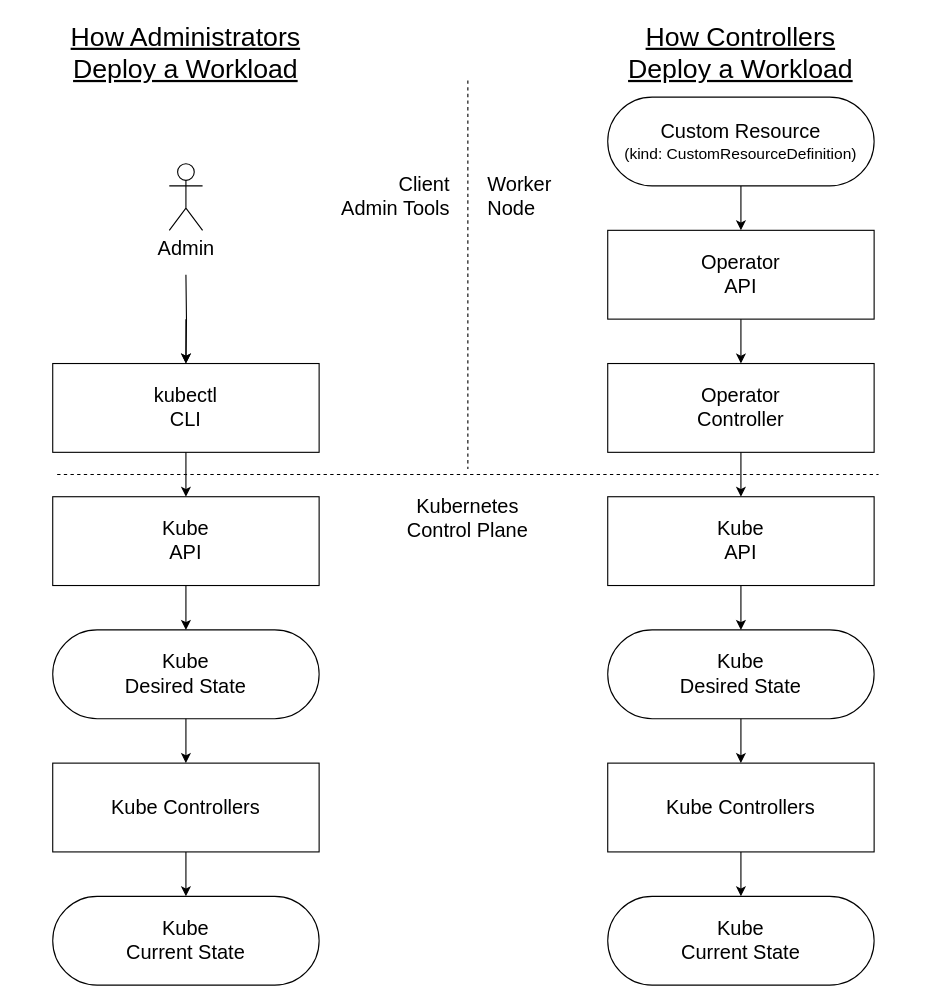
Before: images/operator-interactions.drawio in IBM/create-and-deploy-memcached-operator-using-go, a draw.io diagram. Source tidied: cells renumbered, new cells numbered last; positions are measured from the earlier drawing's top-left corner, leaving out a move shared by most shapes. Both pictures are drawn from the tidied source at 111%, with x=0, y=0 at pixel (19, 41).
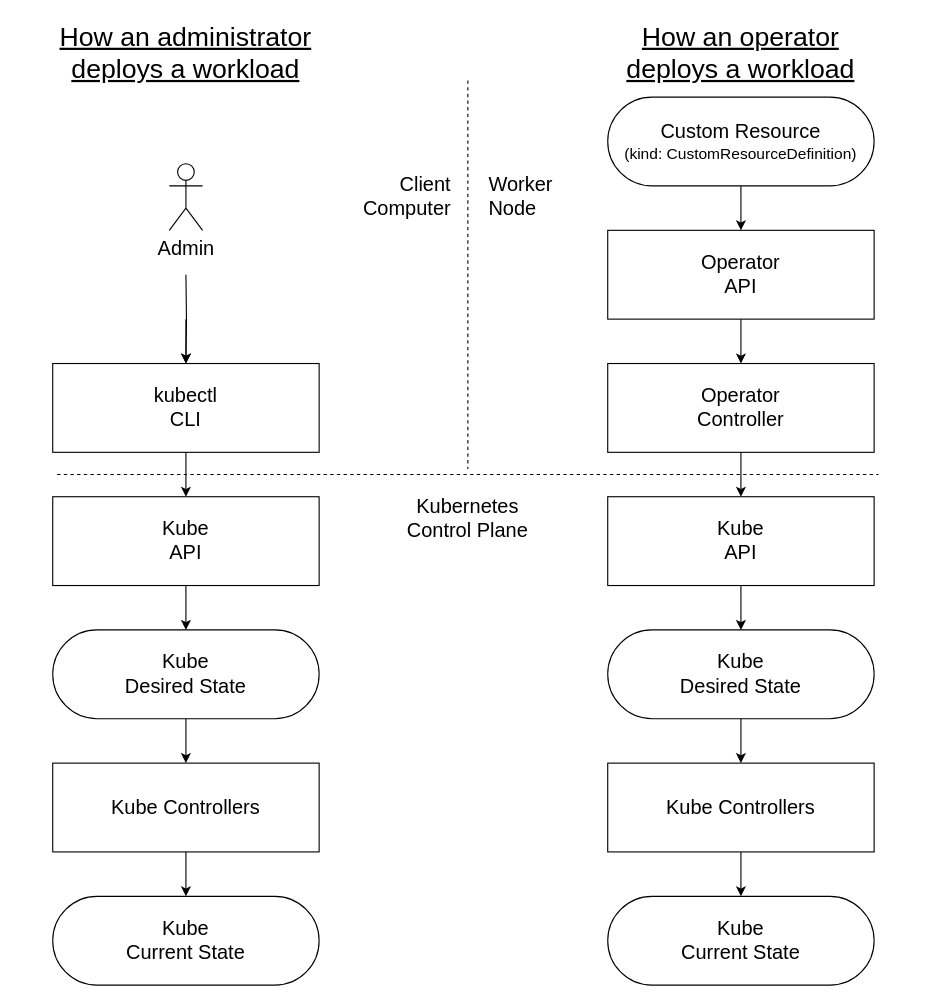
The same page after the edit.

Commit message (it also covers changes not shown here):
TT-ISV-org/planning#226: Improve diagrams

What changed in the source:
```diff
@@
-    <mxCell id="25" value="&lt;font style=&quot;font-size: 24px&quot;&gt;&lt;u&gt;How Administrators&lt;br&gt;Deploy a Workload&lt;/u&gt;&lt;/font&gt;" style="text;html=1;strokeColor=none;fillColor=none;align=center;verticalAlign=middle;whiteSpace=wrap;rounded=0;" parent="1" vertex="1">
-      <mxGeometry width="300" height="20" as="geometry" />
+    <mxCell id="25" value="&lt;font style=&quot;font-size: 24px&quot;&gt;&lt;u&gt;How an administrator&lt;br&gt;deploys a workload&lt;/u&gt;&lt;/font&gt;" style="text;html=1;strokeColor=none;fillColor=none;align=center;verticalAlign=middle;whiteSpace=wrap;rounded=0;" parent="1" vertex="1">
+      <mxGeometry y="-20" width="300" height="60" as="geometry" />
     </mxCell>
-    <mxCell id="26" value="&lt;font style=&quot;font-size: 24px&quot;&gt;&lt;u&gt;How Controllers&lt;br&gt;Deploy a Workload&lt;br&gt;&lt;/u&gt;&lt;/font&gt;" style="text;html=1;strokeColor=none;fillColor=none;align=center;verticalAlign=middle;whiteSpace=wrap;rounded=0;" parent="1" vertex="1">
-      <mxGeometry x="500" width="300" height="20" as="geometry" />
+    <mxCell id="26" value="&lt;font style=&quot;font-size: 24px&quot;&gt;&lt;u&gt;How an operator&lt;br&gt;deploys a workload&lt;br&gt;&lt;/u&gt;&lt;/font&gt;" style="text;html=1;strokeColor=none;fillColor=none;align=center;verticalAlign=middle;whiteSpace=wrap;rounded=0;" parent="1" vertex="1">
+      <mxGeometry x="500" y="-20" width="300" height="60" as="geometry" />
     </mxCell>
@@
-    <mxCell id="32" value="&lt;font style=&quot;font-size: 18px&quot;&gt;Client&lt;br&gt;Admin Tools&lt;/font&gt;" style="text;html=1;strokeColor=none;fillColor=none;align=right;verticalAlign=middle;whiteSpace=wrap;rounded=0;dashed=1;" parent="1" vertex="1">
-      <mxGeometry x="270" y="120" width="120" height="40" as="geometry" />
+    <mxCell id="32" value="&lt;font style=&quot;font-size: 18px&quot;&gt;Client&lt;br&gt;Computer&lt;/font&gt;" style="text;html=1;strokeColor=none;fillColor=none;align=right;verticalAlign=middle;whiteSpace=wrap;rounded=0;dashed=1;" parent="1" vertex="1">
+      <mxGeometry x="271" y="120" width="120" height="40" as="geometry" />
     </mxCell>
     <mxCell id="33" value="&lt;span style=&quot;font-size: 18px&quot;&gt;Worker&lt;br&gt;Node&lt;/span&gt;" style="text;html=1;strokeColor=none;fillColor=none;align=left;verticalAlign=middle;whiteSpace=wrap;rounded=0;dashed=1;" parent="1" vertex="1">
-      <mxGeometry x="420" y="120" width="115.5" height="40" as="geometry" />
+      <mxGeometry x="421" y="120" width="115.5" height="40" as="geometry" />
     </mxCell>
```
